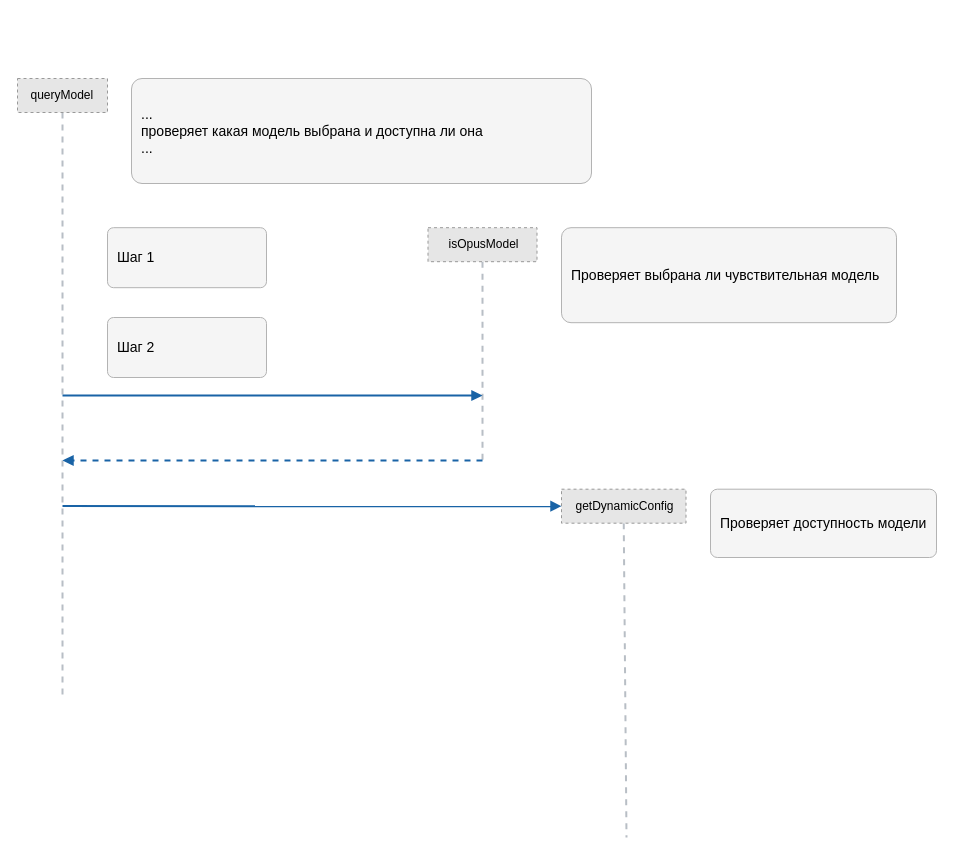
Before: graph/draw/sequenceHabr.drawio in a1oleg/graphKoda, a draw.io diagram. Source tidied: cells renumbered, new cells numbered last; positions are measured from the earlier drawing's top-left corner, leaving out a move shared by most shapes. Both pictures are drawn from the tidied source at 100%, with x=0, y=0 at pixel (17, 78). Pictures stored in the file or linked from it are replaced by grey dashed boxes.
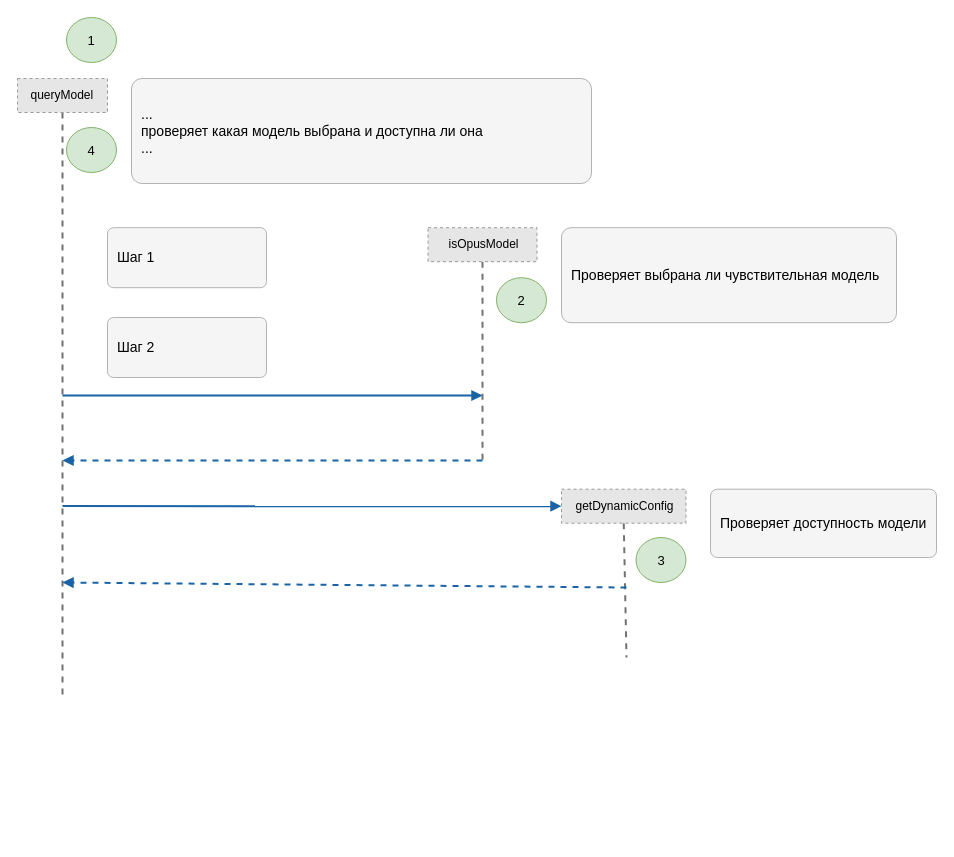
Above is the later version.

Commit message (it also covers changes not shown here):
Refactor sequence diagram: update styles and add new elements

- Adjusted stroke color for edges to #6E7275 for better visibility.
- Modified target point for edge connections to improve layout.
- Added new ellipse shapes labeled "1", "2", "3", and "4" to represent steps in the process.
- Introduced a new dashed edge to connect the new elements, enhancing the flow of the diagram.

Unchanged cells that the change refers to:
```xml
<mxCell id="3" value="queryModel&amp;nbsp;" style="fillColor=#E6E6E6;strokeColor=#999999;dashed=1;html=1;whiteSpace=nowrap;align=center;verticalAlign=middle;spacingLeft=12;spacingRight=10;fontSize=12;fontColor=#000000;" parent="1" vertex="1">
  <mxGeometry width="90" height="34" as="geometry" />
</mxCell>
<mxCell id="5" value="isOpusModel" style="fillColor=#E6E6E6;strokeColor=#999999;dashed=1;html=1;whiteSpace=nowrap;align=center;verticalAlign=middle;spacingLeft=12;spacingRight=10;fontSize=12;fontColor=#000000;" parent="1" vertex="1">
  <mxGeometry x="410.5" y="149.2" width="109" height="34" as="geometry" />
</mxCell>
<mxCell id="7" value="getDynamicConfig" style="fillColor=#E6E6E6;strokeColor=#999999;dashed=1;html=1;whiteSpace=nowrap;align=center;verticalAlign=middle;spacingLeft=12;spacingRight=10;fontSize=12;fontColor=#000000;" parent="1" vertex="1">
  <mxGeometry x="544" y="410.7" width="124.5" height="34" as="geometry" />
</mxCell>
```

The edit, as a diff of the source:
```diff
@@
-    <mxCell id="2" style="strokeColor=#b8bec5;strokeWidth=2;dashed=1;endArrow=none;exitX=0.5;exitY=1;exitDx=0;exitDy=0;" parent="1" edge="1" source="3">
+    <mxCell id="2" style="strokeColor=#6E7275;strokeWidth=2;dashed=1;endArrow=none;exitX=0.5;exitY=1;exitDx=0;exitDy=0;fontStyle=1;" parent="1" edge="1" source="3">
       <mxGeometry relative="1" as="geometry">
         <mxPoint x="45" y="619" as="targetPoint" />
       </mxGeometry>
     </mxCell>
@@
-    <mxCell id="4" style="strokeColor=#b8bec5;strokeWidth=2;dashed=1;endArrow=none;exitX=0.5;exitY=1;exitDx=0;exitDy=0;" parent="1" edge="1" source="5">
+    <mxCell id="4" style="strokeColor=#6E7275;strokeWidth=2;dashed=1;endArrow=none;exitX=0.5;exitY=1;exitDx=0;exitDy=0;" parent="1" edge="1" source="5">
       <mxGeometry relative="1" as="geometry">
         <mxPoint x="465" y="382" as="targetPoint" />
       </mxGeometry>
     </mxCell>
@@
-    <mxCell id="6" style="strokeColor=#b8bec5;strokeWidth=2;dashed=1;endArrow=none;exitX=0.5;exitY=1;exitDx=0;exitDy=0;" parent="1" edge="1" source="7">
+    <mxCell id="6" style="strokeColor=#6E7275;strokeWidth=2;dashed=1;endArrow=none;exitX=0.5;exitY=1;exitDx=0;exitDy=0;" parent="1" edge="1" source="7">
       <mxGeometry relative="1" as="geometry">
-        <mxPoint x="609" y="759" as="targetPoint" />
+        <mxPoint x="609" y="579" as="targetPoint" />
       </mxGeometry>
     </mxCell>
@@
+    <mxCell id="16" value="1" style="ellipse;whiteSpace=wrap;html=1;shapeInside=1;fillColor=#d5e8d4;strokeColor=#82b366;fontSize=13;" parent="1" vertex="1">
+      <mxGeometry x="49" y="-61" width="50" height="45" as="geometry" />
+    </mxCell>
+    <mxCell id="17" value="2" style="ellipse;whiteSpace=wrap;html=1;shapeInside=1;fillColor=#d5e8d4;strokeColor=#82b366;fontSize=13;" parent="1" vertex="1">
+      <mxGeometry x="479" y="199.2" width="50" height="45" as="geometry" />
+    </mxCell>
+    <mxCell id="18" value="3" style="ellipse;whiteSpace=wrap;html=1;shapeInside=1;fillColor=#d5e8d4;strokeColor=#82b366;fontSize=13;" parent="1" vertex="1">
+      <mxGeometry x="618.5" y="459" width="50" height="45" as="geometry" />
+    </mxCell>
+    <mxCell id="19" value="4" style="ellipse;whiteSpace=wrap;html=1;shapeInside=1;fillColor=#d5e8d4;strokeColor=#82b366;fontSize=13;" parent="1" vertex="1">
+      <mxGeometry x="49" y="49" width="50" height="45" as="geometry" />
+    </mxCell>
+    <mxCell id="20" style="html=0;fontFamily=Arial;fontSize=14;fontColor=#1963a6;strokeColor=#1963a6;strokeWidth=2;endArrow=block;endFill=1;dashed=1;labelBackgroundColor=#ffffff;" parent="1" edge="1">
+      <mxGeometry relative="1" as="geometry">
+        <mxPoint x="609" y="509" as="sourcePoint" />
+        <mxPoint x="45" y="504" as="targetPoint" />
+      </mxGeometry>
+    </mxCell>
```
